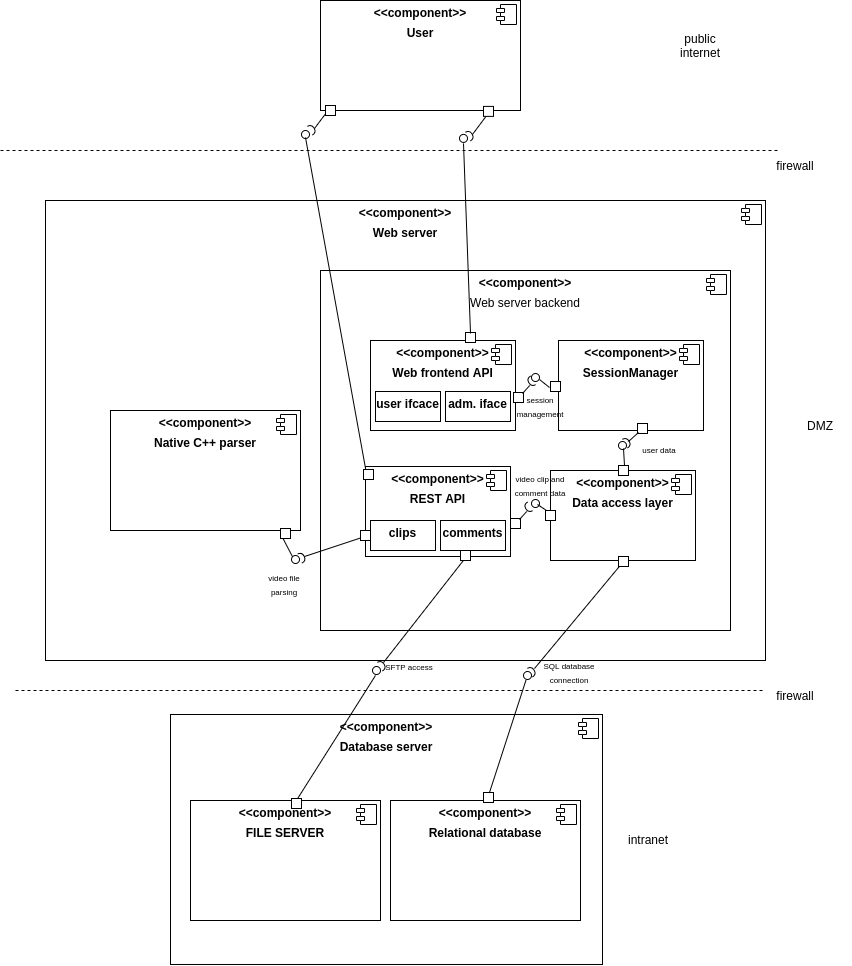
Earlier version of the draw.io export diagrams/component/backend.drawio.png (T-bond/secure-webapp-2021). Source tidied: cells renumbered, new cells last; positions are measured from the earlier drawing's top-left corner, leaving out a move shared by most shapes.
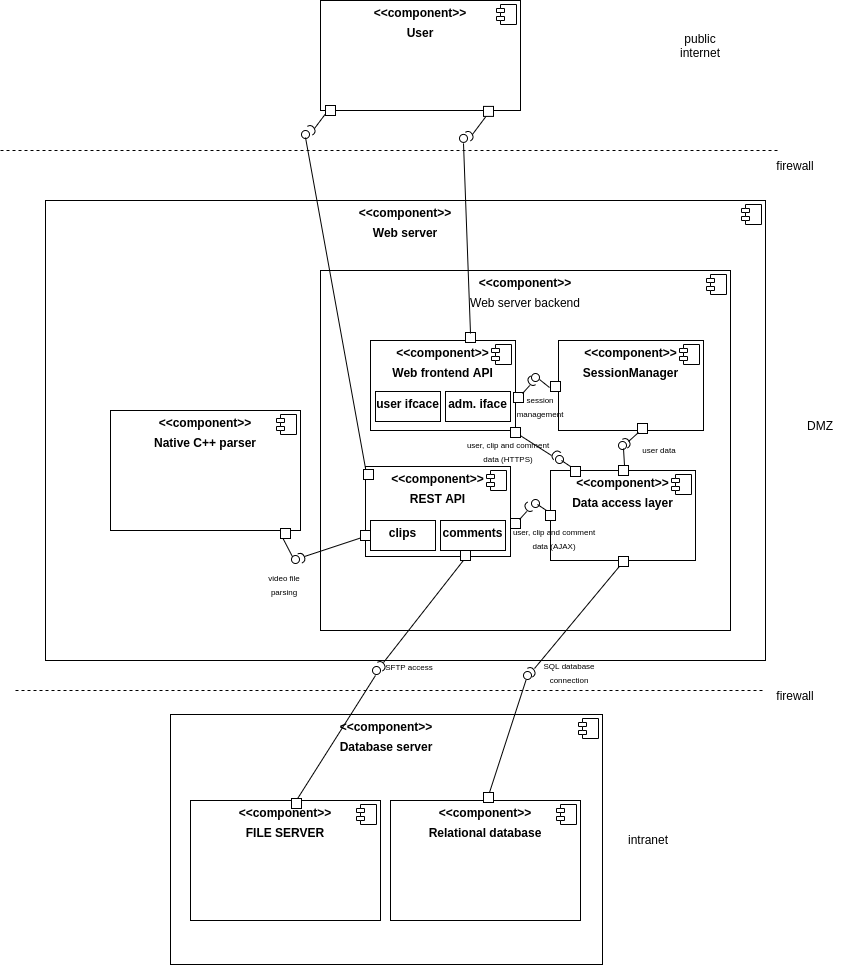
The same diagram one commit later.

Commit message:
frontend api to data layer connection added to component diagram

Diff of the diagram source:
```diff
@@ -305,8 +305,8 @@
         <mxPoint x="519" y="519" as="sourcePoint" />
       </mxGeometry>
     </mxCell>
-    <mxCell id="81" value="&lt;font style=&quot;font-size: 8px&quot;&gt;video clip and&lt;br&gt;comment data&lt;/font&gt;" style="text;html=1;strokeColor=none;fillColor=none;align=center;verticalAlign=middle;whiteSpace=wrap;rounded=0;" parent="1" vertex="1">
-      <mxGeometry x="495" y="469" width="90" height="30" as="geometry" />
+    <mxCell id="81" value="&lt;span style=&quot;font-size: 8px&quot;&gt;user, clip and comment data (AJAX)&lt;/span&gt;" style="text;html=1;strokeColor=none;fillColor=none;align=center;verticalAlign=middle;whiteSpace=wrap;rounded=0;" parent="1" vertex="1">
+      <mxGeometry x="509" y="522" width="90" height="30" as="geometry" />
     </mxCell>
     <mxCell id="82" style="ellipse;html=1;fontSize=11;align=center;fillColor=none;verticalAlign=bottom;labelPosition=center;verticalLabelPosition=top;flipH=1;perimeterSpacing=1;" parent="1" vertex="1">
       <mxGeometry x="291" y="555" width="8" height="8" as="geometry" />
@@ -334,5 +334,36 @@
         <mxPoint x="304" y="556" as="targetPoint" />
       </mxGeometry>
     </mxCell>
+    <mxCell id="89" style="html=1;rounded=0;" parent="1" vertex="1">
+      <mxGeometry x="570" y="466" width="10" height="10" as="geometry" />
+    </mxCell>
+    <mxCell id="90" style="endArrow=none;html=1;rounded=0;align=center;verticalAlign=top;endFill=0;labelBackgroundColor=none;endSize=2;" parent="1" edge="1">
+      <mxGeometry relative="1" as="geometry">
+        <mxPoint x="570" y="466" as="sourcePoint" />
+        <mxPoint x="561" y="460" as="targetPoint" />
+      </mxGeometry>
+    </mxCell>
+    <mxCell id="91" style="ellipse;html=1;fontSize=11;align=center;fillColor=none;verticalAlign=bottom;labelPosition=center;verticalLabelPosition=top;flipH=1;perimeterSpacing=1;" parent="1" vertex="1">
+      <mxGeometry x="555" y="455" width="8" height="8" as="geometry" />
+    </mxCell>
+    <mxCell id="92" style="shape=requiredInterface;html=1;fontSize=11;align=center;fillColor=none;verticalAlign=bottom;labelPosition=center;verticalLabelPosition=top;flipH=1;rotation=45;" parent="1" vertex="1">
+      <mxGeometry x="552.5" y="449" width="5" height="10" as="geometry" />
+    </mxCell>
+    <mxCell id="93" style="endArrow=none;html=1;rounded=0;align=center;verticalAlign=top;endFill=0;labelBackgroundColor=none;endSize=2;startArrow=none;" parent="1" edge="1" source="94">
+      <mxGeometry relative="1" as="geometry">
+        <mxPoint x="516" y="433" as="targetPoint" />
+      </mxGeometry>
+    </mxCell>
+    <mxCell id="94" style="html=1;rounded=0;" parent="1" vertex="1">
+      <mxGeometry x="510" y="427" width="10" height="10" as="geometry" />
+    </mxCell>
+    <mxCell id="95" style="endArrow=none;html=1;rounded=0;align=center;verticalAlign=top;endFill=0;labelBackgroundColor=none;endSize=2;" parent="1" edge="1" target="94">
+      <mxGeometry relative="1" as="geometry">
+        <mxPoint x="551" y="455" as="sourcePoint" />
+      </mxGeometry>
+    </mxCell>
+    <mxCell id="96" value="&lt;span style=&quot;font-size: 8px&quot;&gt;user, clip and comment data (HTTPS)&lt;/span&gt;" style="text;html=1;strokeColor=none;fillColor=none;align=center;verticalAlign=middle;whiteSpace=wrap;rounded=0;" parent="1" vertex="1">
+      <mxGeometry x="462.5" y="435" width="90" height="30" as="geometry" />
+    </mxCell>
   </root>
 </mxGraphModel>
```
